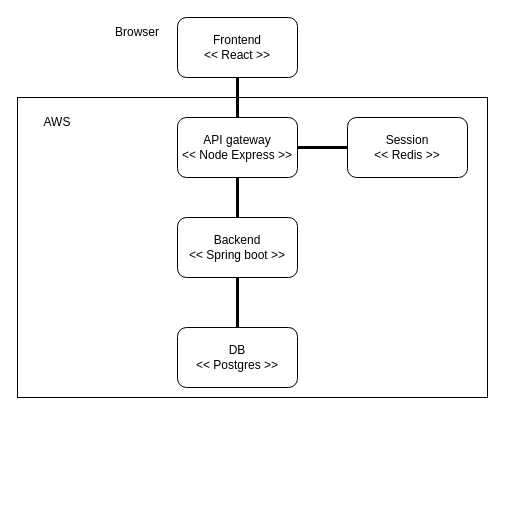
espoon-voltti/vekkuli keeps this draw.io diagram as docs/entity_diagram.drawio. Above is the earlier version. Source tidied: cells renumbered, new cells numbered last; positions are measured from the earlier drawing's top-left corner, leaving out a move shared by most shapes. Both pictures are drawn from the tidied source at 100%, with x=0, y=0 at pixel (17, 17).
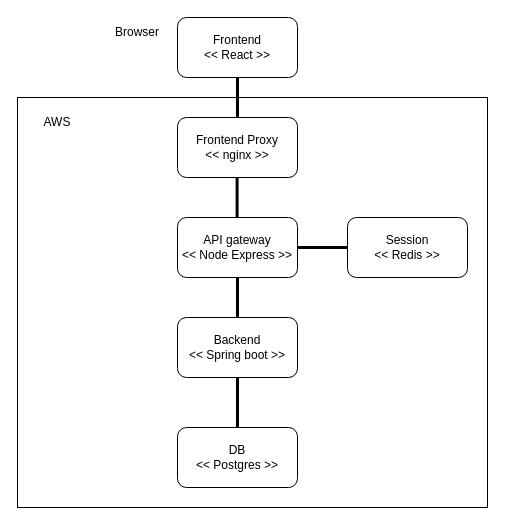
The same page after the edit.

Commit message (it also covers changes not shown here):
Add frontend details to readme

Change to the diagram source:
```diff
@@
 <mxGraphModel>
   <root>
     <mxCell id="0" />
     <mxCell id="1" parent="0" />
     <mxCell id="2" style="rounded=0;whiteSpace=wrap;html=1;" parent="1" vertex="1">
-      <mxGeometry y="80" width="470" height="300" as="geometry" />
+      <mxGeometry y="80" width="470" height="410" as="geometry" />
     </mxCell>
     <mxCell id="3" value="Frontend&lt;br&gt;&amp;lt;&amp;lt; React &amp;gt;&amp;gt;" style="rounded=1;whiteSpace=wrap;html=1;" parent="1" vertex="1">
       <mxGeometry x="160" width="120" height="60" as="geometry" />
     </mxCell>
     <mxCell id="4" value="Backend &lt;br&gt;&amp;lt;&amp;lt; Spring boot &amp;gt;&amp;gt;" style="rounded=1;whiteSpace=wrap;html=1;" parent="1" vertex="1">
-      <mxGeometry x="160" y="200" width="120" height="60" as="geometry" />
+      <mxGeometry x="160" y="300" width="120" height="60" as="geometry" />
     </mxCell>
     <mxCell id="5" value="DB&lt;br&gt;&amp;lt;&amp;lt; Postgres &amp;gt;&amp;gt;" style="rounded=1;whiteSpace=wrap;html=1;" parent="1" vertex="1">
-      <mxGeometry x="160" y="310" width="120" height="60" as="geometry" />
+      <mxGeometry x="160" y="410" width="120" height="60" as="geometry" />
     </mxCell>
     <mxCell id="6" value="API gateway &lt;br&gt;&amp;lt;&amp;lt; Node Express &amp;gt;&amp;gt;" style="rounded=1;whiteSpace=wrap;html=1;" parent="1" vertex="1">
-      <mxGeometry x="160" y="100" width="120" height="60" as="geometry" />
+      <mxGeometry x="160" y="200" width="120" height="60" as="geometry" />
     </mxCell>
     <mxCell id="7" style="endArrow=none;html=1;rounded=0;entryX=0.5;entryY=1;entryDx=0;entryDy=0;strokeWidth=3;" parent="1" edge="1" target="3">
       <mxGeometry relative="1" as="geometry">
         <mxPoint x="220" y="100" as="sourcePoint" />
       </mxGeometry>
     </mxCell>
     <mxCell id="8" style="endArrow=none;html=1;rounded=0;entryX=0.5;entryY=0;entryDx=0;entryDy=0;exitX=0.5;exitY=1;exitDx=0;exitDy=0;strokeWidth=3;" parent="1" edge="1" source="6" target="4">
       <mxGeometry relative="1" as="geometry" />
     </mxCell>
     <mxCell id="9" style="endArrow=none;html=1;rounded=0;entryX=0.5;entryY=1;entryDx=0;entryDy=0;exitX=0.5;exitY=0;exitDx=0;exitDy=0;strokeWidth=3;" parent="1" edge="1" source="5" target="4">
       <mxGeometry relative="1" as="geometry" />
     </mxCell>
     <mxCell id="10" value="AWS" style="text;html=1;strokeColor=none;fillColor=none;align=center;verticalAlign=middle;whiteSpace=wrap;rounded=0;" parent="1" vertex="1">
       <mxGeometry x="10" y="90" width="60" height="30" as="geometry" />
     </mxCell>
     <mxCell id="11" value="Browser" style="text;html=1;strokeColor=none;fillColor=none;align=center;verticalAlign=middle;whiteSpace=wrap;rounded=0;" parent="1" vertex="1">
       <mxGeometry x="90" width="60" height="30" as="geometry" />
     </mxCell>
     <mxCell id="12" value="Session&lt;br&gt;&amp;lt;&amp;lt; Redis &amp;gt;&amp;gt;" style="rounded=1;whiteSpace=wrap;html=1;" parent="1" vertex="1">
-      <mxGeometry x="330" y="100" width="120" height="60" as="geometry" />
+      <mxGeometry x="330" y="200" width="120" height="60" as="geometry" />
     </mxCell>
     <mxCell id="13" style="endArrow=none;html=1;rounded=0;entryX=0;entryY=0.5;entryDx=0;entryDy=0;exitX=1;exitY=0.5;exitDx=0;exitDy=0;strokeWidth=3;" parent="1" edge="1" source="6" target="12">
       <mxGeometry relative="1" as="geometry" />
     </mxCell>
+    <mxCell id="14" value="Frontend Proxy&lt;br&gt;&amp;lt;&amp;lt; nginx &amp;gt;&amp;gt;" style="rounded=1;whiteSpace=wrap;html=1;" parent="1" vertex="1">
+      <mxGeometry x="160" y="100" width="120" height="60" as="geometry" />
+    </mxCell>
+    <mxCell id="15" style="endArrow=none;html=1;rounded=0;entryX=0.5;entryY=0;entryDx=0;entryDy=0;exitX=0.5;exitY=1;exitDx=0;exitDy=0;strokeWidth=3;" parent="1" edge="1">
+      <mxGeometry relative="1" as="geometry">
+        <mxPoint x="219.6" y="160" as="sourcePoint" />
+        <mxPoint x="219.6" y="200" as="targetPoint" />
+      </mxGeometry>
+    </mxCell>
   </root>
 </mxGraphModel>
```
